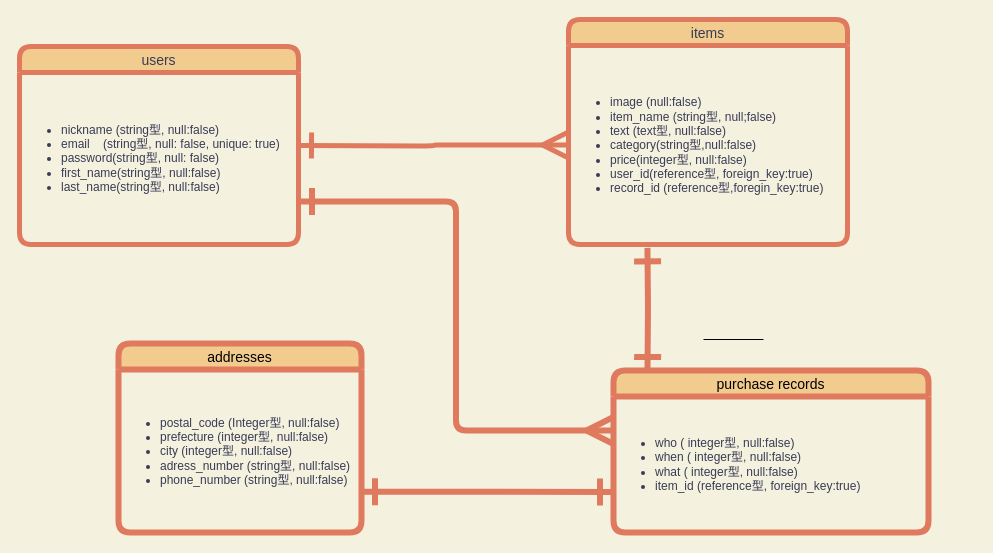
The draw.io diagram erchart.dio in rin3124hello/furima-30567, before the edit. Source tidied: cells renumbered, new cells numbered last; positions are measured from the earlier drawing's top-left corner, leaving out a move shared by most shapes. Both pictures are drawn from the tidied source at 100%, with x=0, y=0 at pixel (19, 19).
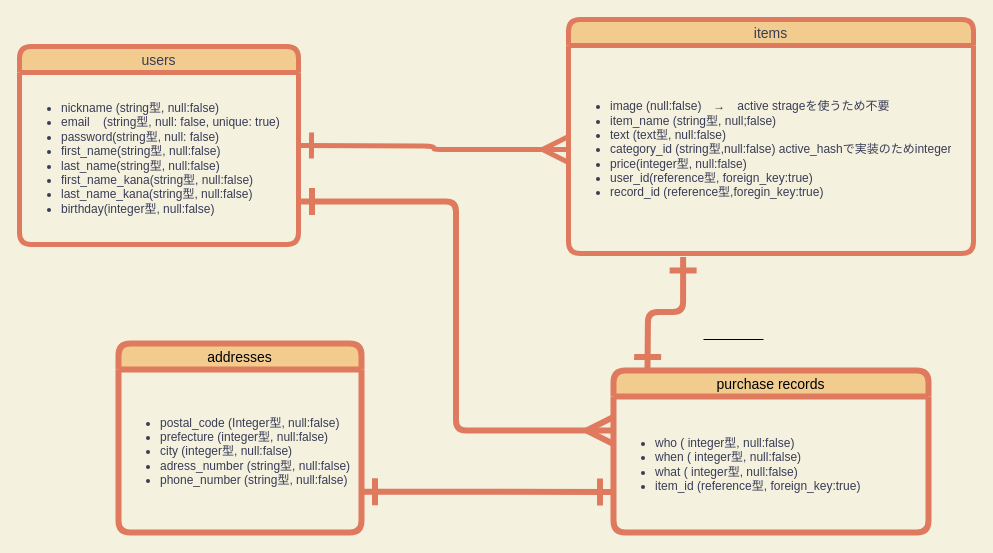
The same diagram, later.

Commit message (it also covers changes not shown here):
itemsテーブルの修正

Diff of the diagram source:
```diff
@@
 <mxGraphModel background="#F4F1DE">
   <root>
     <mxCell id="0" />
     <mxCell id="1" parent="0" />
     <mxCell id="2" value="users" style="swimlane;fontStyle=0;horizontal=1;startSize=26;align=center;fontSize=14;fillColor=#F2CC8F;strokeColor=#E07A5F;fontColor=#393C56;strokeWidth=5;rounded=1;verticalAlign=middle;" parent="1" vertex="1">
       <mxGeometry y="27" width="279" height="198" as="geometry" />
     </mxCell>
-    <mxCell id="3" value="&lt;ul&gt;&lt;li&gt;nickname (string型, null:false)&lt;/li&gt;&lt;li&gt;email&amp;nbsp; &amp;nbsp; (string型, null: false, unique: true)&lt;/li&gt;&lt;li&gt;password(string型, null: false)&lt;/li&gt;&lt;li&gt;first_name(string型, null:false)&lt;/li&gt;&lt;li&gt;last_name(string型, null:false)&lt;/li&gt;&lt;/ul&gt;" style="text;strokeColor=none;fillColor=none;html=1;whiteSpace=wrap;verticalAlign=middle;overflow=hidden;fontColor=#393C56;strokeWidth=5;rounded=1;horizontal=1;" parent="2" vertex="1">
+    <mxCell id="3" value="&lt;ul&gt;&lt;li&gt;nickname (string型, null:false)&lt;/li&gt;&lt;li&gt;email&amp;nbsp; &amp;nbsp; (string型, null: false, unique: true)&lt;/li&gt;&lt;li&gt;password(string型, null: false)&lt;/li&gt;&lt;li&gt;first_name(string型, null:false)&lt;/li&gt;&lt;li&gt;last_name(string型, null:false)&lt;/li&gt;&lt;li&gt;first_name_kana(string型, null:false)&lt;/li&gt;&lt;li&gt;last_name_kana(string型, null:false)&lt;/li&gt;&lt;li&gt;birthday(integer型, null:false)&lt;/li&gt;&lt;/ul&gt;" style="text;strokeColor=none;fillColor=none;html=1;whiteSpace=wrap;verticalAlign=middle;overflow=hidden;fontColor=#393C56;strokeWidth=5;rounded=1;horizontal=1;" parent="2" vertex="1">
       <mxGeometry y="26" width="279" height="172" as="geometry" />
     </mxCell>
     <mxCell id="4" style="edgeStyle=orthogonalEdgeStyle;jettySize=auto;html=1;strokeColor=#E07A5F;fontColor=#393C56;strokeWidth=5;endArrow=ERmany;endFill=0;startSize=20;endSize=20;labelBackgroundColor=#F4F1DE;verticalAlign=middle;horizontal=1;startArrow=ERone;startFill=0;entryX=0;entryY=0.5;entryDx=0;entryDy=0;" parent="1" edge="1" target="7">
       <mxGeometry relative="1" as="geometry">
         <mxPoint x="279" y="126" as="sourcePoint" />
       </mxGeometry>
     </mxCell>
     <mxCell id="5" style="edgeStyle=orthogonalEdgeStyle;rounded=1;jettySize=auto;html=1;entryX=0.283;entryY=1.017;entryDx=0;entryDy=0;entryPerimeter=0;strokeColor=#E07A5F;fillColor=#F2CC8F;fontColor=#000000;endArrow=ERone;endFill=0;strokeWidth=6;endSize=20;startArrow=ERone;startFill=0;startSize=20;" parent="1" edge="1" target="7">
       <mxGeometry relative="1" as="geometry">
         <mxPoint x="628" y="351" as="sourcePoint" />
       </mxGeometry>
     </mxCell>
     <mxCell id="6" value="items" style="swimlane;fontStyle=0;horizontal=1;startSize=26;align=center;fontSize=14;fillColor=#F2CC8F;strokeColor=#E07A5F;fontColor=#393C56;strokeWidth=5;rounded=1;verticalAlign=middle;" parent="1" vertex="1">
-      <mxGeometry x="549" width="279" height="225" as="geometry" />
+      <mxGeometry x="549" width="405" height="234" as="geometry" />
     </mxCell>
-    <mxCell id="7" value="&lt;ul&gt;&lt;li&gt;image (null:false)&lt;/li&gt;&lt;li&gt;item_name (string型, null;false)&lt;/li&gt;&lt;li&gt;text (text型, null:false)&lt;/li&gt;&lt;li&gt;category(string型,null:false)&lt;/li&gt;&lt;li&gt;price(integer型, null:false)&lt;/li&gt;&lt;li&gt;user_id(reference型, foreign_key:true)&lt;/li&gt;&lt;li&gt;record_id (reference型,foregin_key:true)&lt;/li&gt;&lt;/ul&gt;" style="text;strokeColor=none;fillColor=none;html=1;whiteSpace=wrap;verticalAlign=middle;overflow=hidden;fontColor=#393C56;strokeWidth=5;rounded=1;horizontal=1;" parent="6" vertex="1">
-      <mxGeometry y="26" width="279" height="199" as="geometry" />
+    <mxCell id="7" value="&lt;ul&gt;&lt;li&gt;image (null:false)　→　active strageを使うため不要&lt;/li&gt;&lt;li&gt;item_name (string型, null;false)　&lt;/li&gt;&lt;li&gt;text (text型, null:false)&lt;/li&gt;&lt;li&gt;category_id (string型,null:false) active_hashで実装のためinteger&lt;/li&gt;&lt;li&gt;price(integer型, null:false)&lt;/li&gt;&lt;li&gt;user_id(reference型, foreign_key:true)&lt;/li&gt;&lt;li&gt;record_id (reference型,foregin_key:true)&lt;/li&gt;&lt;/ul&gt;" style="text;strokeColor=none;fillColor=none;html=1;whiteSpace=wrap;verticalAlign=middle;overflow=hidden;fontColor=#393C56;strokeWidth=5;rounded=1;horizontal=1;" parent="6" vertex="1">
+      <mxGeometry y="26" width="405" height="208" as="geometry" />
     </mxCell>
     <mxCell id="8" value="purchase records" style="swimlane;fontStyle=0;horizontal=1;startSize=26;align=center;fontSize=14;rounded=1;strokeColor=#E07A5F;fillColor=#F2CC8F;strokeWidth=6;fontColor=#000000;verticalAlign=middle;" parent="1" vertex="1">
       <mxGeometry x="594" y="351" width="315" height="162" as="geometry" />
     </mxCell>
     <mxCell id="9" value="&lt;ul&gt;&lt;li&gt;who ( integer型, null:false)&lt;/li&gt;&lt;li&gt;when ( integer型, null:false)&lt;/li&gt;&lt;li&gt;what ( integer型, null:false)&lt;/li&gt;&lt;li&gt;item_id (reference型, foreign_key:true)&lt;/li&gt;&lt;/ul&gt;" style="text;strokeColor=none;fillColor=none;html=1;whiteSpace=wrap;verticalAlign=middle;overflow=hidden;rounded=1;fontColor=#393C56;strokeWidth=6;horizontal=1;" parent="8" vertex="1">
       <mxGeometry y="26" width="315" height="136" as="geometry" />
     </mxCell>
     <mxCell id="10" style="line;strokeWidth=1;dashed=0;labelPosition=right;align=left;verticalAlign=middle;spacingTop=0;spacingLeft=6;rounded=1;fillColor=#F2CC8F;fontColor=#000000;" parent="1" vertex="1">
       <mxGeometry x="684" y="315" width="60" height="10" as="geometry" />
     </mxCell>
     <mxCell id="11" value="addresses" style="swimlane;fontStyle=0;horizontal=1;startSize=26;align=center;fontSize=14;rounded=1;strokeColor=#E07A5F;fillColor=#F2CC8F;strokeWidth=6;fontColor=#000000;verticalAlign=middle;" parent="1" vertex="1">
       <mxGeometry x="99" y="324" width="243" height="189" as="geometry" />
     </mxCell>
     <mxCell id="12" value="&lt;ul&gt;&lt;li&gt;postal_code (Integer型, null:false)&lt;/li&gt;&lt;li&gt;prefecture (integer型, null:false)&lt;/li&gt;&lt;li&gt;city (integer型, null:false)&lt;/li&gt;&lt;li&gt;adress_number (string型, null:false)&lt;/li&gt;&lt;li&gt;phone_number (string型, null:false)&lt;/li&gt;&lt;/ul&gt;" style="text;strokeColor=none;fillColor=none;html=1;whiteSpace=wrap;verticalAlign=middle;overflow=hidden;rounded=1;fontColor=#393C56;strokeWidth=6;horizontal=1;" parent="11" vertex="1">
       <mxGeometry y="26" width="243" height="163" as="geometry" />
     </mxCell>
     <mxCell id="13" style="edgeStyle=orthogonalEdgeStyle;rounded=1;jettySize=auto;html=1;exitX=1;exitY=0.75;exitDx=0;exitDy=0;entryX=0;entryY=0.75;entryDx=0;entryDy=0;startArrow=ERone;startFill=0;startSize=20;endArrow=ERone;endFill=0;endSize=20;strokeColor=#E07A5F;strokeWidth=6;fillColor=#F2CC8F;fontColor=#000000;" parent="1" edge="1" source="12" target="8">
       <mxGeometry relative="1" as="geometry" />
     </mxCell>
     <mxCell id="14" style="edgeStyle=orthogonalEdgeStyle;rounded=1;jettySize=auto;html=1;exitX=1;exitY=0.75;exitDx=0;exitDy=0;entryX=0;entryY=0.25;entryDx=0;entryDy=0;startArrow=ERone;startFill=0;startSize=20;endArrow=ERmany;endFill=0;endSize=20;strokeColor=#E07A5F;strokeWidth=6;fillColor=#F2CC8F;fontColor=#000000;" parent="1" edge="1" source="3" target="9">
       <mxGeometry relative="1" as="geometry" />
     </mxCell>
   </root>
 </mxGraphModel>
```
